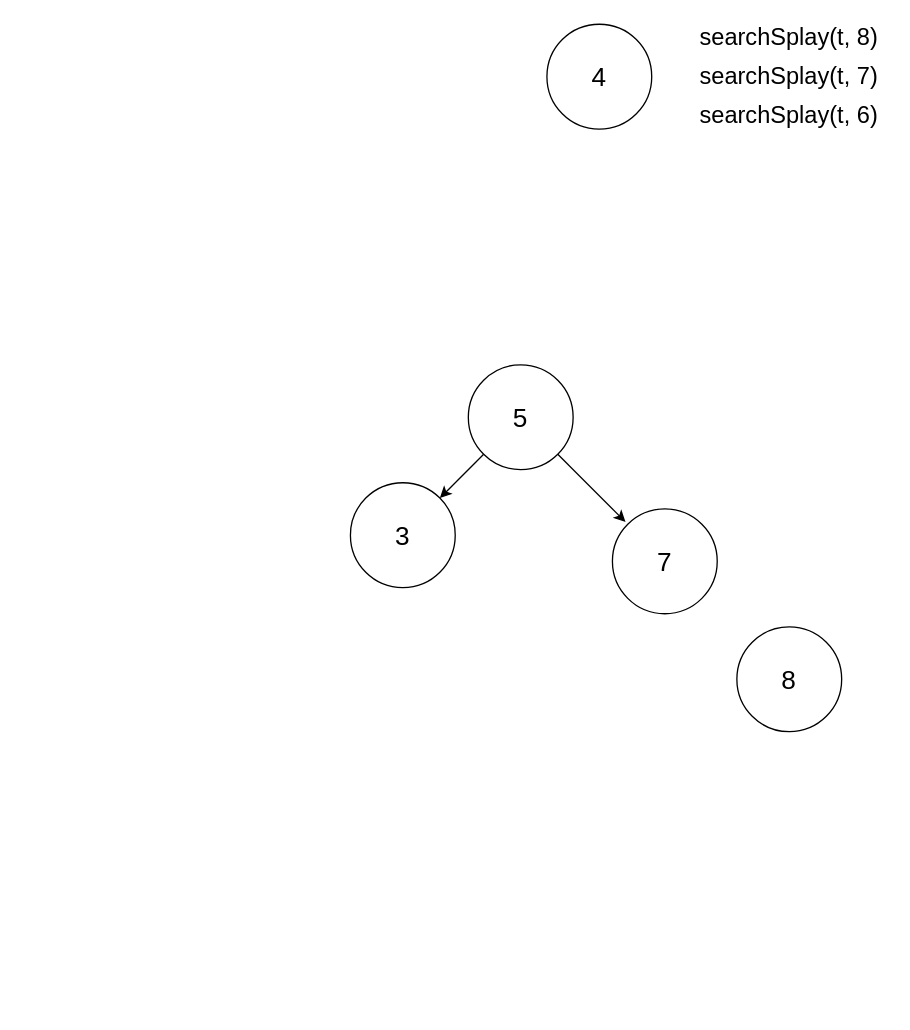
The draw.io diagram Splay.drawio in Qantas94Heavy/COMP2521-20T3, before the edit. Source tidied: cells renumbered, new cells numbered last; positions are measured from the earlier drawing's top-left corner, leaving out a move shared by most shapes. Both pictures are drawn from the tidied source at 131%, with x=0, y=0 at pixel (350, 24).
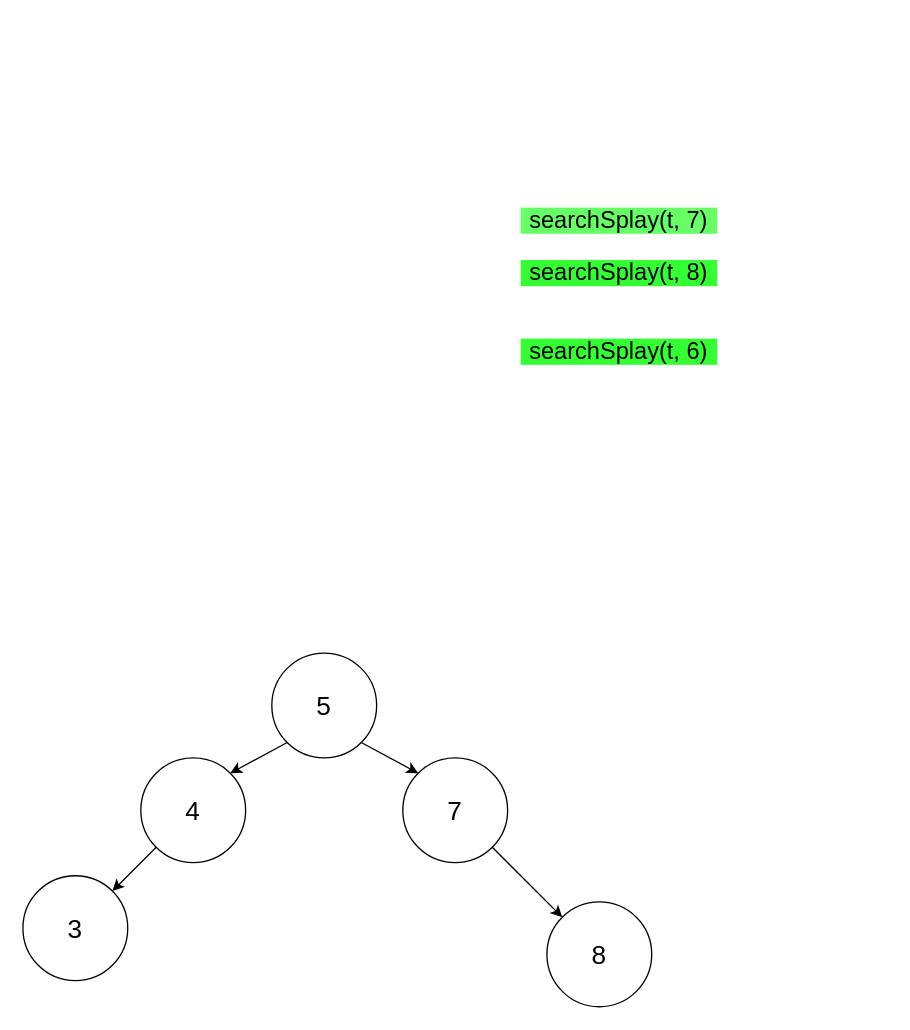
The same diagram, later.

The edit, as a diff of the source:
```diff
@@
 <mxGraphModel>
   <root>
     <mxCell id="0" />
     <mxCell id="1" parent="0" />
-    <mxCell id="2" style="edgeStyle=none;rounded=0;jettySize=auto;html=1;exitX=1;exitY=1;exitDx=0;exitDy=0;" parent="1" edge="1" source="4">
-      <mxGeometry relative="1" as="geometry">
-        <mxPoint x="210" y="380" as="targetPoint" />
-      </mxGeometry>
-    </mxCell>
-    <mxCell id="3" style="edgeStyle=none;rounded=0;jettySize=auto;html=1;exitX=0;exitY=1;exitDx=0;exitDy=0;entryX=1;entryY=0;entryDx=0;entryDy=0;" parent="1" edge="1" source="4" target="6">
-      <mxGeometry relative="1" as="geometry" />
-    </mxCell>
+    <mxCell id="13" style="edgeStyle=none;rounded=0;jettySize=auto;html=1;exitX=0;exitY=1;exitDx=0;exitDy=0;entryX=1;entryY=0;entryDx=0;entryDy=0;" parent="1" edge="1" source="4" target="5">
+      <mxGeometry relative="1" as="geometry" />
+    </mxCell>
+    <mxCell id="14" style="edgeStyle=none;rounded=0;jettySize=auto;html=1;exitX=1;exitY=1;exitDx=0;exitDy=0;entryX=0;entryY=0;entryDx=0;entryDy=0;" parent="1" edge="1" source="4" target="8">
+      <mxGeometry relative="1" as="geometry" />
+    </mxCell>
     <mxCell id="4" value="&lt;font style=&quot;font-size: 20px&quot;&gt;5&lt;/font&gt;" style="ellipse;whiteSpace=wrap;html=1;" parent="1" vertex="1">
-      <mxGeometry x="90" y="260" width="80" height="80" as="geometry" />
+      <mxGeometry x="-60" y="480" width="80" height="80" as="geometry" />
     </mxCell>
+    <mxCell id="15" style="edgeStyle=none;rounded=0;jettySize=auto;html=1;exitX=0;exitY=1;exitDx=0;exitDy=0;entryX=1;entryY=0;entryDx=0;entryDy=0;" parent="1" edge="1" source="5" target="6">
+      <mxGeometry relative="1" as="geometry" />
+    </mxCell>
     <mxCell id="5" value="&lt;font style=&quot;font-size: 20px&quot;&gt;4&lt;/font&gt;" style="ellipse;whiteSpace=wrap;html=1;" parent="1" vertex="1">
-      <mxGeometry x="150" width="80" height="80" as="geometry" />
+      <mxGeometry x="-160" y="560" width="80" height="80" as="geometry" />
     </mxCell>
     <mxCell id="6" value="&lt;span style=&quot;font-size: 20px&quot;&gt;3&lt;/span&gt;" style="ellipse;whiteSpace=wrap;html=1;" parent="1" vertex="1">
-      <mxGeometry y="350" width="80" height="80" as="geometry" />
+      <mxGeometry x="-250" y="650" width="80" height="80" as="geometry" />
     </mxCell>
     <mxCell id="7" value="&lt;font style=&quot;font-size: 20px&quot;&gt;8&lt;br&gt;&lt;/font&gt;" style="ellipse;whiteSpace=wrap;html=1;" parent="1" vertex="1">
-      <mxGeometry x="295" y="460" width="80" height="80" as="geometry" />
+      <mxGeometry x="150" y="670" width="80" height="80" as="geometry" />
     </mxCell>
+    <mxCell id="16" style="edgeStyle=none;rounded=0;jettySize=auto;html=1;exitX=1;exitY=1;exitDx=0;exitDy=0;entryX=0;entryY=0;entryDx=0;entryDy=0;" parent="1" edge="1" source="8" target="7">
+      <mxGeometry relative="1" as="geometry" />
+    </mxCell>
     <mxCell id="8" value="&lt;font style=&quot;font-size: 20px&quot;&gt;7&lt;/font&gt;" style="ellipse;whiteSpace=wrap;html=1;" parent="1" vertex="1">
-      <mxGeometry x="200" y="370" width="80" height="80" as="geometry" />
+      <mxGeometry x="40" y="560" width="80" height="80" as="geometry" />
     </mxCell>
-    <mxCell id="9" value="&lt;font style=&quot;font-size: 18px&quot;&gt;searchSplay(t, 8)&lt;/font&gt;" style="text;html=1;strokeColor=none;fillColor=none;align=center;verticalAlign=middle;whiteSpace=wrap;rounded=0;" parent="1" vertex="1">
-      <mxGeometry x="260" width="150" height="20" as="geometry" />
+    <mxCell id="9" value="&lt;font style=&quot;font-size: 18px&quot;&gt;searchSplay(t, 8)&lt;/font&gt;" style="text;html=1;strokeColor=none;fillColor=#33FF33;align=center;verticalAlign=middle;whiteSpace=wrap;rounded=0;" parent="1" vertex="1">
+      <mxGeometry x="130" y="180" width="150" height="20" as="geometry" />
     </mxCell>
-    <mxCell id="10" value="&lt;font style=&quot;font-size: 18px&quot;&gt;searchSplay(t, 7)&lt;/font&gt;" style="text;html=1;strokeColor=none;fillColor=none;align=center;verticalAlign=middle;whiteSpace=wrap;rounded=0;" parent="1" vertex="1">
-      <mxGeometry x="260" y="30" width="150" height="20" as="geometry" />
+    <mxCell id="10" value="&lt;font style=&quot;font-size: 18px&quot;&gt;searchSplay(t, 7)&lt;/font&gt;" style="text;html=1;strokeColor=none;fillColor=#66FF66;align=center;verticalAlign=middle;whiteSpace=wrap;rounded=0;" parent="1" vertex="1">
+      <mxGeometry x="130" y="140" width="150" height="20" as="geometry" />
     </mxCell>
-    <mxCell id="11" value="&lt;font style=&quot;font-size: 18px&quot;&gt;searchSplay(t, 6)&lt;/font&gt;" style="text;html=1;strokeColor=none;fillColor=none;align=center;verticalAlign=middle;whiteSpace=wrap;rounded=0;" parent="1" vertex="1">
-      <mxGeometry x="260" y="60" width="150" height="20" as="geometry" />
+    <mxCell id="11" value="&lt;font style=&quot;font-size: 18px&quot;&gt;searchSplay(t, 6)&lt;/font&gt;" style="text;html=1;strokeColor=none;fillColor=#33FF33;align=center;verticalAlign=middle;whiteSpace=wrap;rounded=0;" parent="1" vertex="1">
+      <mxGeometry x="130" y="240" width="150" height="20" as="geometry" />
     </mxCell>
     <mxCell id="12" style="edgeStyle=none;rounded=0;orthogonalLoop=1;jettySize=auto;html=1;exitX=0;exitY=1;exitDx=0;exitDy=0;" parent="1" edge="1" source="4" target="4">
       <mxGeometry relative="1" as="geometry" />
     </mxCell>
   </root>
 </mxGraphModel>
```
